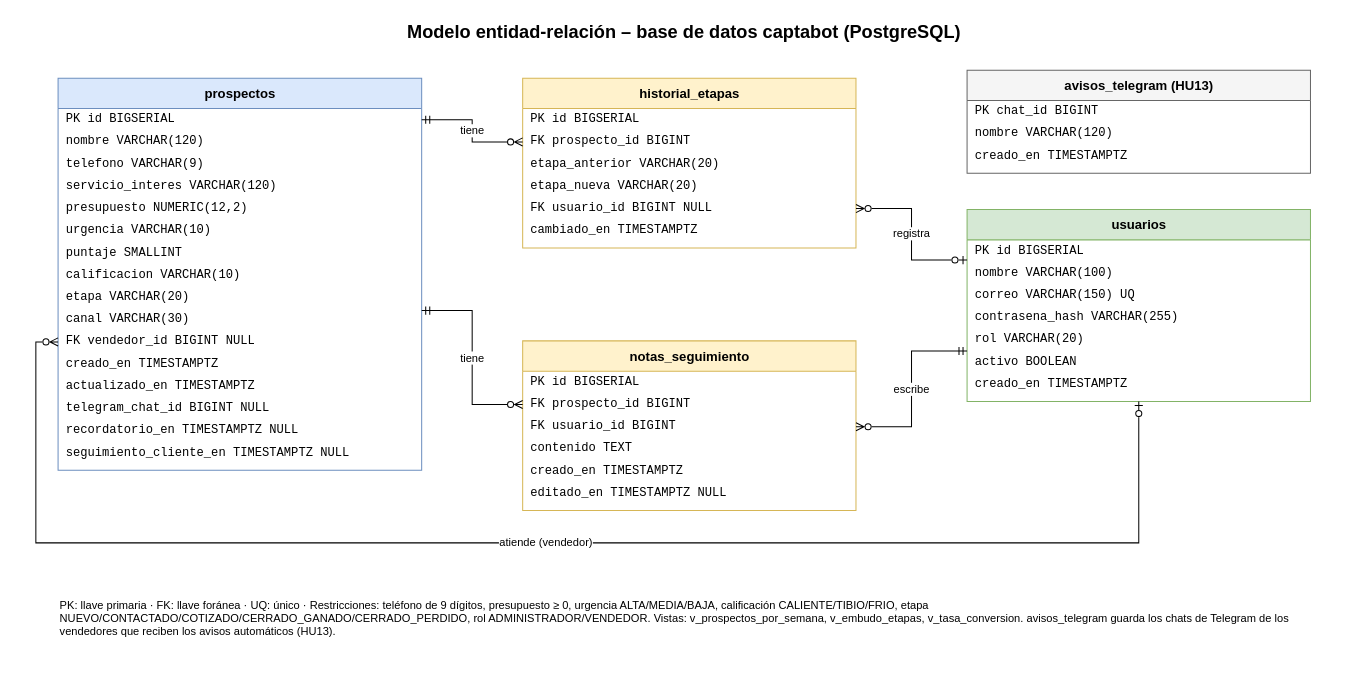
This is docs/diagramas/modelo-entidad-relacion.drawio from dwisardev/captabot-error404, a draw.io file, before an edit. Source tidied: cells renumbered, new cells numbered last; positions are measured from the earlier drawing's top-left corner, leaving out a move shared by most shapes. Both pictures are drawn from the tidied source at 101%, with x=0, y=0 at pixel (17, 17).
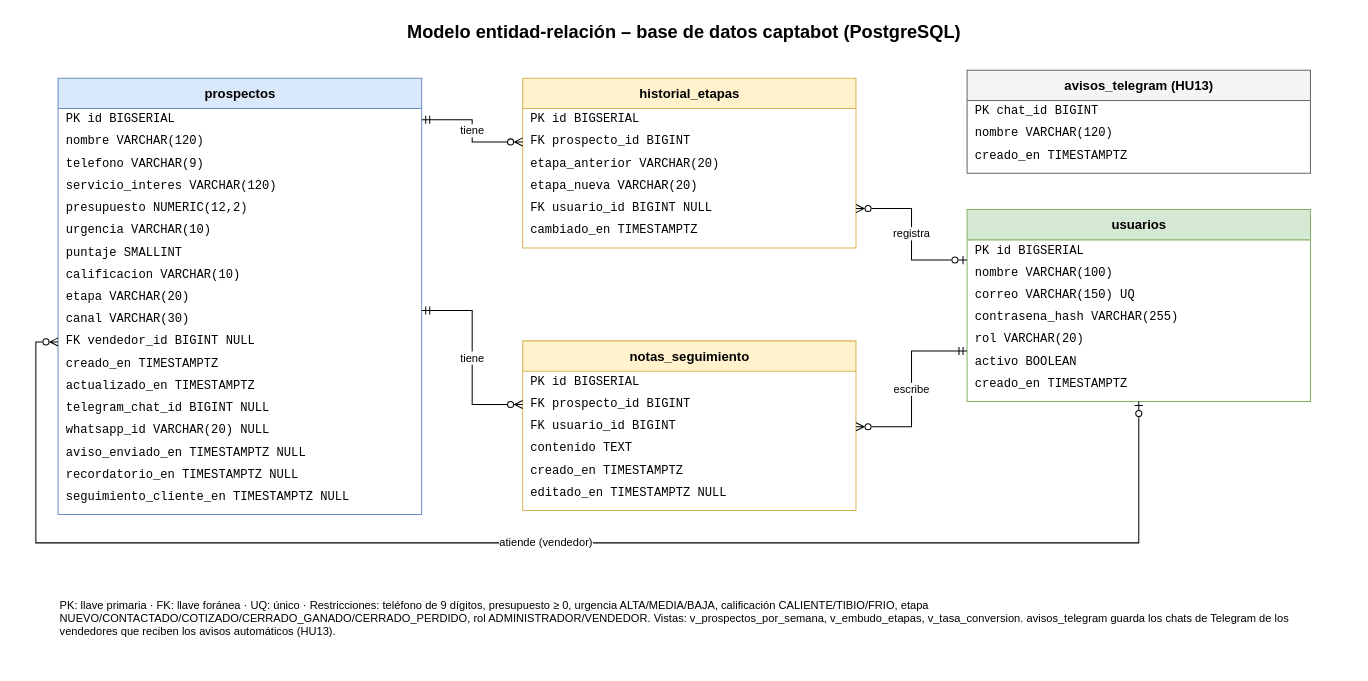
After the change.

The change refers to these unchanged cells:
```xml
<mxCell id="24" value="historial_etapas" style="swimlane;fontStyle=1;horizontal=1;startSize=30;html=1;fillColor=#fff2cc;strokeColor=#d6b656;fontSize=13;" parent="1" vertex="1">
  <mxGeometry x="500" y="60" width="330" height="168" as="geometry" />
</mxCell>
<mxCell id="31" value="notas_seguimiento" style="swimlane;fontStyle=1;horizontal=1;startSize=30;html=1;fillColor=#fff2cc;strokeColor=#d6b656;fontSize=13;" parent="1" vertex="1">
  <mxGeometry x="500" y="320" width="330" height="168" as="geometry" />
</mxCell>
<mxCell id="38" value="usuarios" style="swimlane;fontStyle=1;horizontal=1;startSize=30;html=1;fillColor=#d5e8d4;strokeColor=#82b366;fontSize=13;" parent="1" vertex="1">
  <mxGeometry x="940" y="190" width="340" height="190" as="geometry" />
</mxCell>
```

Change to the diagram source:
```diff
@@
     <mxCell id="3" value="prospectos" style="swimlane;fontStyle=1;horizontal=1;startSize=30;html=1;fillColor=#dae8fc;strokeColor=#6c8ebf;fontSize=13;" parent="1" vertex="1">
-      <mxGeometry x="40" y="60" width="360" height="388" as="geometry" />
+      <mxGeometry x="40" y="60" width="360" height="432" as="geometry" />
     </mxCell>
@@
-    <mxCell id="18" value="   recordatorio_en  TIMESTAMPTZ NULL" style="text;strokeColor=none;fillColor=none;align=left;verticalAlign=middle;spacingLeft=6;spacingRight=4;overflow=hidden;html=1;fontSize=12;fontFamily=Courier New;" parent="3" vertex="1">
+    <mxCell id="18" value="   whatsapp_id      VARCHAR(20) NULL" style="text;strokeColor=none;fillColor=none;align=left;verticalAlign=middle;spacingLeft=6;spacingRight=4;overflow=hidden;html=1;fontSize=12;fontFamily=Courier New;" parent="3" vertex="1">
       <mxGeometry y="338" width="360" height="22" as="geometry" />
     </mxCell>
-    <mxCell id="19" value="   seguimiento_cliente_en TIMESTAMPTZ NULL" style="text;strokeColor=none;fillColor=none;align=left;verticalAlign=middle;spacingLeft=6;spacingRight=4;overflow=hidden;html=1;fontSize=12;fontFamily=Courier New;" parent="3" vertex="1">
+    <mxCell id="19" value="   aviso_enviado_en TIMESTAMPTZ NULL" style="text;strokeColor=none;fillColor=none;align=left;verticalAlign=middle;spacingLeft=6;spacingRight=4;overflow=hidden;html=1;fontSize=12;fontFamily=Courier New;" parent="3" vertex="1">
       <mxGeometry y="360" width="360" height="22" as="geometry" />
     </mxCell>
+    <mxCell id="52" value="   recordatorio_en  TIMESTAMPTZ NULL" style="text;strokeColor=none;fillColor=none;align=left;verticalAlign=middle;spacingLeft=6;spacingRight=4;overflow=hidden;html=1;fontSize=12;fontFamily=Courier New;" parent="3" vertex="1">
+      <mxGeometry y="382" width="360" height="22" as="geometry" />
+    </mxCell>
+    <mxCell id="53" value="   seguimiento_cliente_en TIMESTAMPTZ NULL" style="text;strokeColor=none;fillColor=none;align=left;verticalAlign=middle;spacingLeft=6;spacingRight=4;overflow=hidden;html=1;fontSize=12;fontFamily=Courier New;" parent="3" vertex="1">
+      <mxGeometry y="404" width="360" height="22" as="geometry" />
+    </mxCell>
@@
-    <mxCell id="47" value="tiene" style="html=1;rounded=0;fontSize=11;labelBackgroundColor=#ffffff;startArrow=ERmandOne;endArrow=ERzeroToMany;startFill=0;endFill=0;exitX=1.0;exitY=0.1057;exitDx=0;exitDy=0;entryX=0.0;entryY=0.375;entryDx=0;entryDy=0;" parent="1" edge="1" source="3" target="24">
+    <mxCell id="47" value="tiene" style="html=1;rounded=0;fontSize=11;labelBackgroundColor=#ffffff;startArrow=ERmandOne;endArrow=ERzeroToMany;startFill=0;endFill=0;exitX=1.0;exitY=0.0949;exitDx=0;exitDy=0;entryX=0.0;entryY=0.375;entryDx=0;entryDy=0;" parent="1" edge="1" source="3" target="24">
       <mxGeometry relative="1" as="geometry">
         <Array as="points">
           <mxPoint x="450" y="101" />
           <mxPoint x="450" y="123" />
         </Array>
       </mxGeometry>
     </mxCell>
-    <mxCell id="48" value="tiene" style="html=1;rounded=0;fontSize=11;labelBackgroundColor=#ffffff;startArrow=ERmandOne;endArrow=ERzeroToMany;startFill=0;endFill=0;exitX=1.0;exitY=0.5928;exitDx=0;exitDy=0;entryX=0.0;entryY=0.375;entryDx=0;entryDy=0;" parent="1" edge="1" source="3" target="31">
+    <mxCell id="48" value="tiene" style="html=1;rounded=0;fontSize=11;labelBackgroundColor=#ffffff;startArrow=ERmandOne;endArrow=ERzeroToMany;startFill=0;endFill=0;exitX=1.0;exitY=0.5324;exitDx=0;exitDy=0;entryX=0.0;entryY=0.375;entryDx=0;entryDy=0;" parent="1" edge="1" source="3" target="31">
       <mxGeometry relative="1" as="geometry">
         <Array as="points">
           <mxPoint x="450" y="290" />
           <mxPoint x="450" y="383" />
         </Array>
       </mxGeometry>
     </mxCell>
@@
-    <mxCell id="51" value="atiende (vendedor)" style="html=1;rounded=0;fontSize=11;labelBackgroundColor=#ffffff;startArrow=ERzeroToOne;endArrow=ERzeroToMany;startFill=0;endFill=0;exitX=0.5;exitY=1.0;exitDx=0;exitDy=0;entryX=0.0;entryY=0.6727;entryDx=0;entryDy=0;" parent="1" edge="1" source="38" target="3">
+    <mxCell id="51" value="atiende (vendedor)" style="html=1;rounded=0;fontSize=11;labelBackgroundColor=#ffffff;startArrow=ERzeroToOne;endArrow=ERzeroToMany;startFill=0;endFill=0;exitX=0.5;exitY=1.0;exitDx=0;exitDy=0;entryX=0.0;entryY=0.6042;entryDx=0;entryDy=0;" parent="1" edge="1" source="38" target="3">
       <mxGeometry relative="1" as="geometry">
         <Array as="points">
           <mxPoint x="1110" y="520" />
           <mxPoint x="18" y="520" />
           <mxPoint x="18" y="321" />
         </Array>
       </mxGeometry>
     </mxCell>
```
